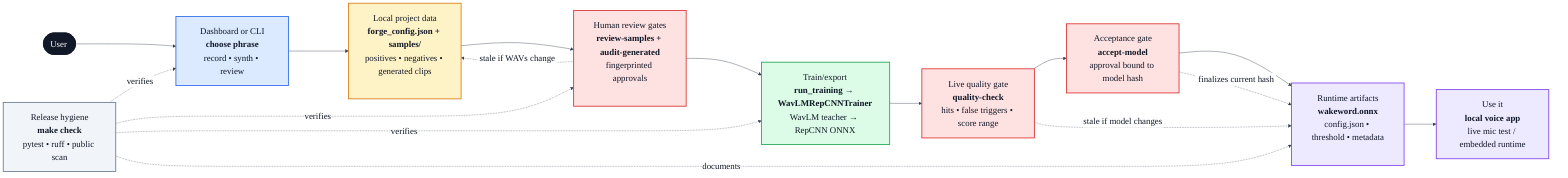
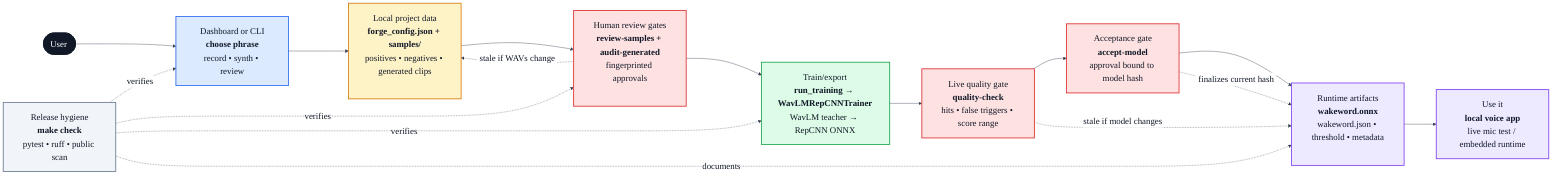
%%{init: {"theme":"base", "flowchart":{"curve":"basis","nodeSpacing":55,"rankSpacing":80,"padding":20,"htmlLabels":true}, "themeVariables":{"background":"#ffffff","primaryColor":"#ffffff","primaryTextColor":"#111827","primaryBorderColor":"#111827","lineColor":"#374151","fontFamily":"Arial, sans-serif","fontSize":"22px","clusterBkg":"#f8fafc","clusterBorder":"#cbd5e1","edgeLabelBackground":"#ffffff"}}}%%
flowchart LR
    U([User])

    UI["Dashboard or CLI<br/><b>choose phrase</b><br/>record • synth • review"]
    DATA["Local project data<br/><b>forge_config.json + samples/</b><br/>positives • negatives • generated clips"]
    REVIEW["Human review gates<br/><b>review-samples + audit-generated</b><br/>fingerprinted approvals"]
    TRAIN["Train/export<br/><b>run_training → WavLMRepCNNTrainer</b><br/>WavLM teacher → RepCNN ONNX"]
    QC["Live quality gate<br/><b>quality-check</b><br/>hits • false triggers • score range"]
    ACCEPT["Acceptance gate<br/><b>accept-model</b><br/>approval bound to model hash"]
-     OUT["Runtime artifacts<br/><b>wakeword.onnx</b><br/>config.json • threshold • metadata"]
+     OUT["Runtime artifacts<br/><b>wakeword.onnx</b><br/>wakeword.json • threshold • metadata"]
    USE["Use it<br/><b>local voice app</b><br/>live mic test / embedded runtime"]
    QA["Release hygiene<br/><b>make check</b><br/>pytest • ruff • public scan"]

    U --> UI --> DATA --> REVIEW --> TRAIN --> QC --> ACCEPT --> OUT --> USE
    REVIEW -. stale if WAVs change .-> DATA
    QC -. stale if model changes .-> OUT
    ACCEPT -. finalizes current hash .-> OUT
    QA -. verifies .-> UI
    QA -. verifies .-> REVIEW
    QA -. verifies .-> TRAIN
    QA -. documents .-> OUT

    classDef user fill:#111827,stroke:#111827,color:#ffffff,stroke-width:2px
    classDef interface fill:#dbeafe,stroke:#2563eb,color:#111827,stroke-width:2px
    classDef data fill:#fef3c7,stroke:#d97706,color:#111827,stroke-width:2px
    classDef gate fill:#fee2e2,stroke:#dc2626,color:#111827,stroke-width:2px
    classDef train fill:#dcfce7,stroke:#16a34a,color:#111827,stroke-width:2px
    classDef output fill:#ede9fe,stroke:#7c3aed,color:#111827,stroke-width:2px
    classDef verify fill:#f1f5f9,stroke:#64748b,color:#111827,stroke-width:2px

    class U user
    class UI interface
    class DATA data
    class REVIEW,QC,ACCEPT gate
    class TRAIN train
    class OUT,USE output
    class QA verify
